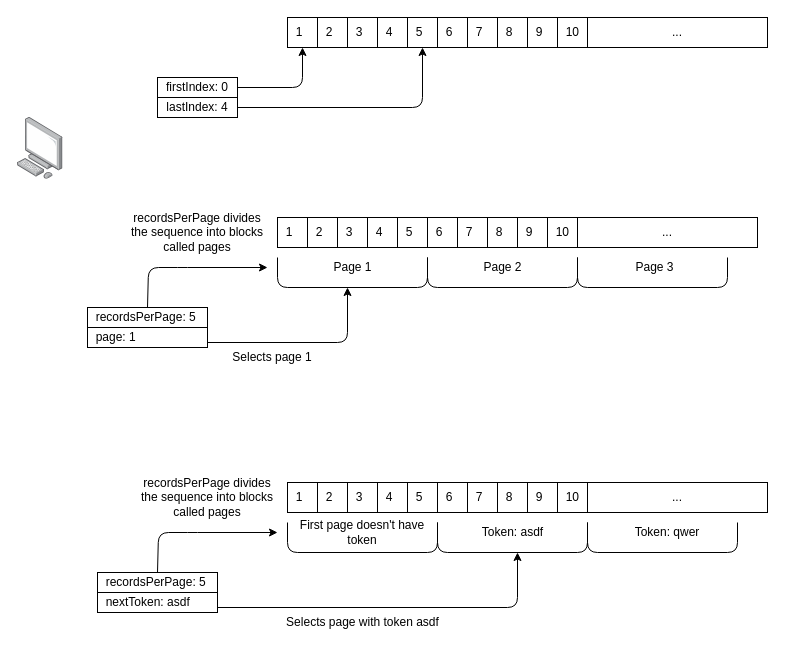
The draw.io diagram page "9.5" (5 of 8) of ch09.drawio in abunuwas/microservices-apis-img, before the edit. Source tidied: cells renumbered, new cells numbered last; positions are measured from the earlier drawing's top-left corner, leaving out a move shared by most shapes. Both pictures are drawn from the tidied source at 100%, with x=0, y=0 at pixel (17, 17).
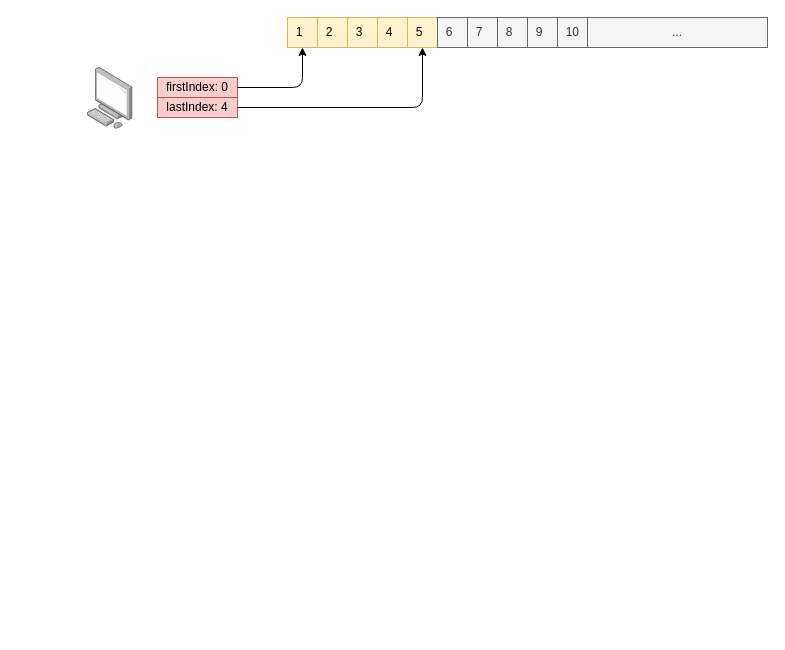
Above is the later version.

Change to the diagram source:
```diff
@@
-    <mxCell id="3" value="&amp;nbsp; 1" style="rounded=0;whiteSpace=wrap;html=1;align=left;" parent="1" vertex="1">
+    <mxCell id="3" value="&amp;nbsp; 1" style="rounded=0;whiteSpace=wrap;html=1;align=left;fillColor=#fff2cc;strokeColor=#d6b656;" parent="1" vertex="1">
       <mxGeometry x="270" width="30" height="30" as="geometry" />
     </mxCell>
-    <mxCell id="4" value="&amp;nbsp; 2" style="rounded=0;whiteSpace=wrap;html=1;align=left;" parent="1" vertex="1">
+    <mxCell id="4" value="&amp;nbsp; 2" style="rounded=0;whiteSpace=wrap;html=1;align=left;fillColor=#fff2cc;strokeColor=#d6b656;" parent="1" vertex="1">
       <mxGeometry x="300" width="30" height="30" as="geometry" />
     </mxCell>
-    <mxCell id="5" value="&amp;nbsp; 3" style="rounded=0;whiteSpace=wrap;html=1;align=left;" parent="1" vertex="1">
+    <mxCell id="5" value="&amp;nbsp; 3" style="rounded=0;whiteSpace=wrap;html=1;align=left;fillColor=#fff2cc;strokeColor=#d6b656;" parent="1" vertex="1">
       <mxGeometry x="330" width="30" height="30" as="geometry" />
     </mxCell>
-    <mxCell id="6" value="&amp;nbsp; 4" style="rounded=0;whiteSpace=wrap;html=1;align=left;" parent="1" vertex="1">
+    <mxCell id="6" value="&amp;nbsp; 4" style="rounded=0;whiteSpace=wrap;html=1;align=left;fillColor=#fff2cc;strokeColor=#d6b656;" parent="1" vertex="1">
       <mxGeometry x="360" width="30" height="30" as="geometry" />
     </mxCell>
-    <mxCell id="7" value="&amp;nbsp; 5" style="rounded=0;whiteSpace=wrap;html=1;align=left;" parent="1" vertex="1">
+    <mxCell id="7" value="&amp;nbsp; 5" style="rounded=0;whiteSpace=wrap;html=1;align=left;fillColor=#fff2cc;strokeColor=#d6b656;" parent="1" vertex="1">
       <mxGeometry x="390" width="30" height="30" as="geometry" />
     </mxCell>
-    <mxCell id="8" value="&amp;nbsp; 6" style="rounded=0;whiteSpace=wrap;html=1;align=left;" parent="1" vertex="1">
+    <mxCell id="8" value="&amp;nbsp; 6" style="rounded=0;whiteSpace=wrap;html=1;align=left;fillColor=#f5f5f5;strokeColor=#666666;fontColor=#333333;" parent="1" vertex="1">
       <mxGeometry x="420" width="30" height="30" as="geometry" />
     </mxCell>
-    <mxCell id="9" value="&amp;nbsp; 7" style="rounded=0;whiteSpace=wrap;html=1;align=left;" parent="1" vertex="1">
+    <mxCell id="9" value="&amp;nbsp; 7" style="rounded=0;whiteSpace=wrap;html=1;align=left;fillColor=#f5f5f5;strokeColor=#666666;fontColor=#333333;" parent="1" vertex="1">
       <mxGeometry x="450" width="30" height="30" as="geometry" />
     </mxCell>
-    <mxCell id="10" value="&amp;nbsp; 8" style="rounded=0;whiteSpace=wrap;html=1;align=left;" parent="1" vertex="1">
+    <mxCell id="10" value="&amp;nbsp; 8" style="rounded=0;whiteSpace=wrap;html=1;align=left;fillColor=#f5f5f5;strokeColor=#666666;fontColor=#333333;" parent="1" vertex="1">
       <mxGeometry x="480" width="30" height="30" as="geometry" />
     </mxCell>
-    <mxCell id="11" value="&amp;nbsp; 9" style="rounded=0;whiteSpace=wrap;html=1;align=left;" parent="1" vertex="1">
+    <mxCell id="11" value="&amp;nbsp; 9" style="rounded=0;whiteSpace=wrap;html=1;align=left;fillColor=#f5f5f5;strokeColor=#666666;fontColor=#333333;" parent="1" vertex="1">
       <mxGeometry x="510" width="30" height="30" as="geometry" />
     </mxCell>
-    <mxCell id="12" value="&amp;nbsp; 10" style="rounded=0;whiteSpace=wrap;html=1;align=left;" parent="1" vertex="1">
+    <mxCell id="12" value="&amp;nbsp; 10" style="rounded=0;whiteSpace=wrap;html=1;align=left;fillColor=#f5f5f5;strokeColor=#666666;fontColor=#333333;" parent="1" vertex="1">
       <mxGeometry x="540" width="30" height="30" as="geometry" />
     </mxCell>
     <mxCell id="13" style="html=1;align=center;shadow=0;dashed=0;image;image=img/lib/allied_telesis/computer_and_terminals/Personal_Computer.svg;" parent="1" vertex="1">
-      <mxGeometry y="100" width="45.6" height="61.8" as="geometry" />
+      <mxGeometry x="70" y="50" width="45.6" height="61.8" as="geometry" />
     </mxCell>
-    <mxCell id="14" value="firstIndex: 0" style="text;html=1;fillColor=none;align=center;verticalAlign=middle;whiteSpace=wrap;rounded=0;strokeColor=#000000;" parent="1" vertex="1">
+    <mxCell id="14" value="firstIndex: 0" style="text;html=1;fillColor=#f8cecc;align=center;verticalAlign=middle;whiteSpace=wrap;rounded=0;strokeColor=#b85450;" parent="1" vertex="1">
       <mxGeometry x="140" y="60" width="80" height="20" as="geometry" />
     </mxCell>
-    <mxCell id="15" value="lastIndex: 4" style="text;html=1;fillColor=none;align=center;verticalAlign=middle;whiteSpace=wrap;rounded=0;strokeColor=#000000;" parent="1" vertex="1">
+    <mxCell id="15" value="lastIndex: 4" style="text;html=1;fillColor=#f8cecc;align=center;verticalAlign=middle;whiteSpace=wrap;rounded=0;strokeColor=#b85450;" parent="1" vertex="1">
       <mxGeometry x="140" y="80" width="80" height="20" as="geometry" />
     </mxCell>
@@
-    <mxCell id="18" value="..." style="rounded=0;whiteSpace=wrap;html=1;strokeColor=#000000;align=center;" parent="1" vertex="1">
+    <mxCell id="18" value="..." style="rounded=0;whiteSpace=wrap;html=1;strokeColor=#666666;align=center;fillColor=#f5f5f5;fontColor=#333333;" parent="1" vertex="1">
       <mxGeometry x="570" width="180" height="30" as="geometry" />
     </mxCell>
-    <mxCell id="19" style="rounded=0;whiteSpace=wrap;html=1;align=left;" parent="1" vertex="1">
-      <mxGeometry x="260" y="200" width="480" height="30" as="geometry" />
-    </mxCell>
-    <mxCell id="20" value="&amp;nbsp; 1" style="rounded=0;whiteSpace=wrap;html=1;align=left;" parent="1" vertex="1">
-      <mxGeometry x="260" y="200" width="30" height="30" as="geometry" />
-    </mxCell>
-    <mxCell id="21" value="&amp;nbsp; 2" style="rounded=0;whiteSpace=wrap;html=1;align=left;" parent="1" vertex="1">
-      <mxGeometry x="290" y="200" width="30" height="30" as="geometry" />
-    </mxCell>
-    <mxCell id="22" value="&amp;nbsp; 3" style="rounded=0;whiteSpace=wrap;html=1;align=left;" parent="1" vertex="1">
-      <mxGeometry x="320" y="200" width="30" height="30" as="geometry" />
-    </mxCell>
-    <mxCell id="23" value="&amp;nbsp; 4" style="rounded=0;whiteSpace=wrap;html=1;align=left;" parent="1" vertex="1">
-      <mxGeometry x="350" y="200" width="30" height="30" as="geometry" />
-    </mxCell>
-    <mxCell id="24" value="&amp;nbsp; 5" style="rounded=0;whiteSpace=wrap;html=1;align=left;" parent="1" vertex="1">
-      <mxGeometry x="380" y="200" width="30" height="30" as="geometry" />
-    </mxCell>
-    <mxCell id="25" value="&amp;nbsp; 6" style="rounded=0;whiteSpace=wrap;html=1;align=left;" parent="1" vertex="1">
-      <mxGeometry x="410" y="200" width="30" height="30" as="geometry" />
-    </mxCell>
-    <mxCell id="26" value="&amp;nbsp; 7" style="rounded=0;whiteSpace=wrap;html=1;align=left;" parent="1" vertex="1">
-      <mxGeometry x="440" y="200" width="30" height="30" as="geometry" />
-    </mxCell>
-    <mxCell id="27" value="&amp;nbsp; 8" style="rounded=0;whiteSpace=wrap;html=1;align=left;" parent="1" vertex="1">
-      <mxGeometry x="470" y="200" width="30" height="30" as="geometry" />
-    </mxCell>
-    <mxCell id="28" value="&amp;nbsp; 9" style="rounded=0;whiteSpace=wrap;html=1;align=left;" parent="1" vertex="1">
-      <mxGeometry x="500" y="200" width="30" height="30" as="geometry" />
-    </mxCell>
-    <mxCell id="29" value="&amp;nbsp; 10" style="rounded=0;whiteSpace=wrap;html=1;align=left;" parent="1" vertex="1">
-      <mxGeometry x="530" y="200" width="30" height="30" as="geometry" />
-    </mxCell>
-    <mxCell id="30" value="&amp;nbsp; recordsPerPage: 5" style="text;html=1;fillColor=none;align=left;verticalAlign=middle;whiteSpace=wrap;rounded=0;strokeColor=#000000;" parent="1" vertex="1">
-      <mxGeometry x="70" y="290" width="120" height="20" as="geometry" />
-    </mxCell>
-    <mxCell id="31" value="&amp;nbsp; page: 1" style="text;html=1;fillColor=none;align=left;verticalAlign=middle;whiteSpace=wrap;rounded=0;strokeColor=#000000;" parent="1" vertex="1">
-      <mxGeometry x="70" y="310" width="120" height="20" as="geometry" />
-    </mxCell>
-    <mxCell id="32" value="..." style="rounded=0;whiteSpace=wrap;html=1;strokeColor=#000000;align=center;" parent="1" vertex="1">
-      <mxGeometry x="560" y="200" width="180" height="30" as="geometry" />
-    </mxCell>
-    <mxCell id="33" style="endArrow=none;html=1;" parent="1" edge="1">
-      <mxGeometry relative="1" as="geometry">
-        <mxPoint x="260" y="240" as="sourcePoint" />
-        <mxPoint x="410" y="240" as="targetPoint" />
-        <Array as="points">
-          <mxPoint x="260" y="270" />
-          <mxPoint x="410" y="270" />
-        </Array>
-      </mxGeometry>
-    </mxCell>
-    <mxCell id="34" style="endArrow=none;html=1;" parent="1" edge="1">
-      <mxGeometry relative="1" as="geometry">
-        <mxPoint x="410" y="240" as="sourcePoint" />
-        <mxPoint x="560" y="240" as="targetPoint" />
-        <Array as="points">
-          <mxPoint x="410" y="270" />
-          <mxPoint x="560" y="270" />
-        </Array>
-      </mxGeometry>
-    </mxCell>
-    <mxCell id="35" style="endArrow=none;html=1;" parent="1" edge="1">
-      <mxGeometry relative="1" as="geometry">
-        <mxPoint x="560" y="240" as="sourcePoint" />
-        <mxPoint x="710" y="240" as="targetPoint" />
-        <Array as="points">
-          <mxPoint x="560" y="270" />
-          <mxPoint x="710" y="270" />
-        </Array>
-      </mxGeometry>
-    </mxCell>
-    <mxCell id="36" value="Page 1" style="text;html=1;strokeColor=none;fillColor=none;align=center;verticalAlign=middle;whiteSpace=wrap;rounded=0;" parent="1" vertex="1">
-      <mxGeometry x="307.5" y="240" width="55" height="20" as="geometry" />
-    </mxCell>
-    <mxCell id="37" value="Page 2" style="text;html=1;strokeColor=none;fillColor=none;align=center;verticalAlign=middle;whiteSpace=wrap;rounded=0;" parent="1" vertex="1">
-      <mxGeometry x="457.5" y="240" width="55" height="20" as="geometry" />
-    </mxCell>
-    <mxCell id="38" value="Page 3" style="text;html=1;strokeColor=none;fillColor=none;align=center;verticalAlign=middle;whiteSpace=wrap;rounded=0;" parent="1" vertex="1">
-      <mxGeometry x="610" y="240" width="55" height="20" as="geometry" />
-    </mxCell>
-    <mxCell id="39" style="endArrow=classic;html=1;exitX=0.5;exitY=0;exitDx=0;exitDy=0;" parent="1" edge="1" source="30">
-      <mxGeometry relative="1" as="geometry">
-        <mxPoint x="250" y="250" as="targetPoint" />
-        <Array as="points">
-          <mxPoint x="131" y="250" />
-          <mxPoint x="160" y="250" />
-        </Array>
-      </mxGeometry>
-    </mxCell>
-    <mxCell id="40" value="recordsPerPage divides the sequence into blocks called pages" style="text;html=1;strokeColor=none;fillColor=none;align=center;verticalAlign=middle;whiteSpace=wrap;rounded=0;" parent="1" vertex="1">
-      <mxGeometry x="110" y="185" width="140" height="60" as="geometry" />
-    </mxCell>
-    <mxCell id="41" style="endArrow=classic;html=1;exitX=1;exitY=0.75;exitDx=0;exitDy=0;" parent="1" edge="1" source="31">
-      <mxGeometry relative="1" as="geometry">
-        <mxPoint x="330" y="270" as="targetPoint" />
-        <Array as="points">
-          <mxPoint x="330" y="325" />
-        </Array>
-      </mxGeometry>
-    </mxCell>
-    <mxCell id="42" value="Selects page 1" style="text;html=1;strokeColor=none;fillColor=none;align=center;verticalAlign=middle;whiteSpace=wrap;rounded=0;" parent="1" vertex="1">
-      <mxGeometry x="210" y="330" width="90" height="20" as="geometry" />
-    </mxCell>
-    <mxCell id="43" style="rounded=0;whiteSpace=wrap;html=1;align=left;" parent="1" vertex="1">
-      <mxGeometry x="270" y="465" width="480" height="30" as="geometry" />
-    </mxCell>
-    <mxCell id="44" value="&amp;nbsp; 1" style="rounded=0;whiteSpace=wrap;html=1;align=left;" parent="1" vertex="1">
-      <mxGeometry x="270" y="465" width="30" height="30" as="geometry" />
-    </mxCell>
-    <mxCell id="45" value="&amp;nbsp; 2" style="rounded=0;whiteSpace=wrap;html=1;align=left;" parent="1" vertex="1">
-      <mxGeometry x="300" y="465" width="30" height="30" as="geometry" />
-    </mxCell>
-    <mxCell id="46" value="&amp;nbsp; 3" style="rounded=0;whiteSpace=wrap;html=1;align=left;" parent="1" vertex="1">
-      <mxGeometry x="330" y="465" width="30" height="30" as="geometry" />
-    </mxCell>
-    <mxCell id="47" value="&amp;nbsp; 4" style="rounded=0;whiteSpace=wrap;html=1;align=left;" parent="1" vertex="1">
-      <mxGeometry x="360" y="465" width="30" height="30" as="geometry" />
-    </mxCell>
-    <mxCell id="48" value="&amp;nbsp; 5" style="rounded=0;whiteSpace=wrap;html=1;align=left;" parent="1" vertex="1">
-      <mxGeometry x="390" y="465" width="30" height="30" as="geometry" />
-    </mxCell>
-    <mxCell id="49" value="&amp;nbsp; 6" style="rounded=0;whiteSpace=wrap;html=1;align=left;" parent="1" vertex="1">
-      <mxGeometry x="420" y="465" width="30" height="30" as="geometry" />
-    </mxCell>
-    <mxCell id="50" value="&amp;nbsp; 7" style="rounded=0;whiteSpace=wrap;html=1;align=left;" parent="1" vertex="1">
-      <mxGeometry x="450" y="465" width="30" height="30" as="geometry" />
-    </mxCell>
-    <mxCell id="51" value="&amp;nbsp; 8" style="rounded=0;whiteSpace=wrap;html=1;align=left;" parent="1" vertex="1">
-      <mxGeometry x="480" y="465" width="30" height="30" as="geometry" />
-    </mxCell>
-    <mxCell id="52" value="&amp;nbsp; 9" style="rounded=0;whiteSpace=wrap;html=1;align=left;" parent="1" vertex="1">
-      <mxGeometry x="510" y="465" width="30" height="30" as="geometry" />
-    </mxCell>
-    <mxCell id="53" value="&amp;nbsp; 10" style="rounded=0;whiteSpace=wrap;html=1;align=left;" parent="1" vertex="1">
-      <mxGeometry x="540" y="465" width="30" height="30" as="geometry" />
-    </mxCell>
-    <mxCell id="54" value="&amp;nbsp; recordsPerPage: 5" style="text;html=1;fillColor=none;align=left;verticalAlign=middle;whiteSpace=wrap;rounded=0;strokeColor=#000000;" parent="1" vertex="1">
-      <mxGeometry x="80" y="555" width="120" height="20" as="geometry" />
-    </mxCell>
-    <mxCell id="55" value="&amp;nbsp; nextToken: asdf" style="text;html=1;fillColor=none;align=left;verticalAlign=middle;whiteSpace=wrap;rounded=0;strokeColor=#000000;" parent="1" vertex="1">
-      <mxGeometry x="80" y="575" width="120" height="20" as="geometry" />
-    </mxCell>
-    <mxCell id="56" value="..." style="rounded=0;whiteSpace=wrap;html=1;strokeColor=#000000;align=center;" parent="1" vertex="1">
-      <mxGeometry x="570" y="465" width="180" height="30" as="geometry" />
-    </mxCell>
-    <mxCell id="57" style="endArrow=none;html=1;" parent="1" edge="1">
-      <mxGeometry relative="1" as="geometry">
-        <mxPoint x="270" y="505" as="sourcePoint" />
-        <mxPoint x="420" y="505" as="targetPoint" />
-        <Array as="points">
-          <mxPoint x="270" y="535" />
-          <mxPoint x="420" y="535" />
-        </Array>
-      </mxGeometry>
-    </mxCell>
-    <mxCell id="58" style="endArrow=none;html=1;" parent="1" edge="1">
-      <mxGeometry relative="1" as="geometry">
-        <mxPoint x="420" y="505" as="sourcePoint" />
-        <mxPoint x="570" y="505" as="targetPoint" />
-        <Array as="points">
-          <mxPoint x="420" y="535" />
-          <mxPoint x="570" y="535" />
-        </Array>
-      </mxGeometry>
-    </mxCell>
-    <mxCell id="59" style="endArrow=none;html=1;" parent="1" edge="1">
-      <mxGeometry relative="1" as="geometry">
-        <mxPoint x="570" y="505" as="sourcePoint" />
-        <mxPoint x="720" y="505" as="targetPoint" />
-        <Array as="points">
-          <mxPoint x="570" y="535" />
-          <mxPoint x="720" y="535" />
-        </Array>
-      </mxGeometry>
-    </mxCell>
-    <mxCell id="60" value="First page doesn't have token" style="text;html=1;strokeColor=none;fillColor=none;align=center;verticalAlign=middle;whiteSpace=wrap;rounded=0;" parent="1" vertex="1">
-      <mxGeometry x="280" y="505" width="130" height="20" as="geometry" />
-    </mxCell>
-    <mxCell id="61" value="Token: asdf" style="text;html=1;strokeColor=none;fillColor=none;align=center;verticalAlign=middle;whiteSpace=wrap;rounded=0;" parent="1" vertex="1">
-      <mxGeometry x="453.8" y="505" width="82.5" height="20" as="geometry" />
-    </mxCell>
-    <mxCell id="62" value="Token: qwer" style="text;html=1;strokeColor=none;fillColor=none;align=center;verticalAlign=middle;whiteSpace=wrap;rounded=0;" parent="1" vertex="1">
-      <mxGeometry x="610" y="505" width="80" height="20" as="geometry" />
-    </mxCell>
-    <mxCell id="63" style="endArrow=classic;html=1;exitX=0.5;exitY=0;exitDx=0;exitDy=0;" parent="1" edge="1" source="54">
-      <mxGeometry relative="1" as="geometry">
-        <mxPoint x="260" y="515" as="targetPoint" />
-        <Array as="points">
-          <mxPoint x="141" y="515" />
-          <mxPoint x="170" y="515" />
-        </Array>
-      </mxGeometry>
-    </mxCell>
-    <mxCell id="64" value="recordsPerPage divides the sequence into blocks called pages" style="text;html=1;strokeColor=none;fillColor=none;align=center;verticalAlign=middle;whiteSpace=wrap;rounded=0;" parent="1" vertex="1">
-      <mxGeometry x="120" y="450" width="140" height="60" as="geometry" />
-    </mxCell>
-    <mxCell id="65" style="endArrow=classic;html=1;exitX=1;exitY=0.75;exitDx=0;exitDy=0;" parent="1" edge="1" source="55">
-      <mxGeometry relative="1" as="geometry">
-        <mxPoint x="500" y="535" as="targetPoint" />
-        <Array as="points">
-          <mxPoint x="500" y="590" />
-        </Array>
-      </mxGeometry>
-    </mxCell>
-    <mxCell id="66" value="Selects page with token asdf" style="text;html=1;strokeColor=none;fillColor=none;align=center;verticalAlign=middle;whiteSpace=wrap;rounded=0;" parent="1" vertex="1">
-      <mxGeometry x="258.8" y="595" width="172.5" height="20" as="geometry" />
-    </mxCell>
```
